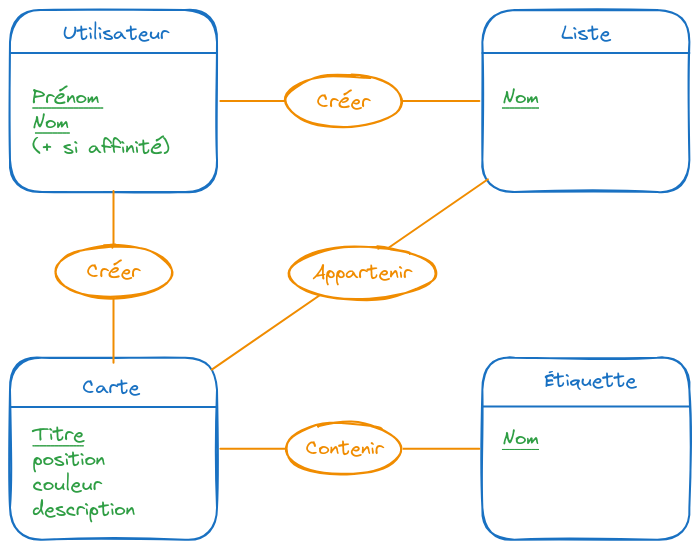
Above: MCD.excalidraw.png in yin-lo/Okanban-API (Excalidraw), before the change. Source tidied: one line per element, renumbered; positions are measured from the earlier drawing's top-left corner, leaving out a move shared by most shapes.
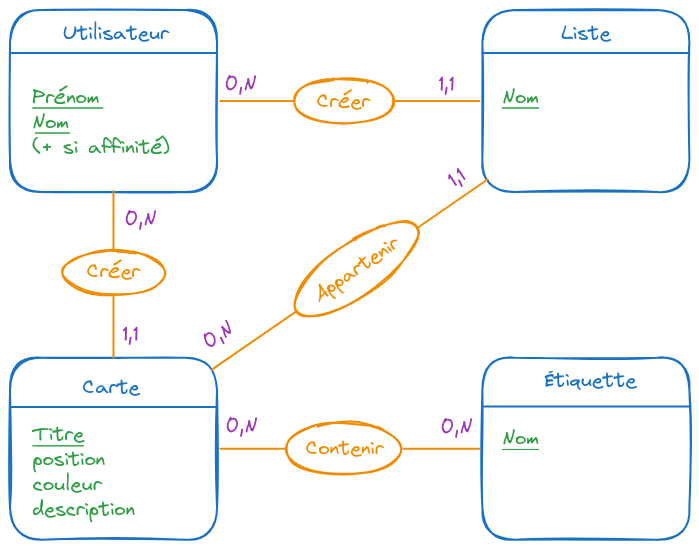
The same file after the commit.

Commit message:
chore: :beers: add cardinalities forgotten !

What changed in the source:
```diff
@@ -10,19 +10,19 @@
 {"id": 9, "type": "text", "text": "Nom", "strokeColor": "#2f9e44", "strokeWidth": 2, "roughness": 1, "fontSize": 20, "fontFamily": 1, "x": 492, "y": 75, "width": 37, "height": 25}
 {"id": 10, "type": "line", "strokeColor": "#2f9e44", "strokeWidth": 1, "roughness": 0, "round": true, "x": 529, "y": 98, "width": 36, "height": 0, "points": [[0, 0], [-36, 0]]}
 {"id": 11, "type": "line", "strokeColor": "#f08c00", "strokeWidth": 2, "roughness": 0, "round": true, "x": 210, "y": 91, "width": 259, "height": 0, "points": [[0, 0], [259, 0]]}
-{"id": 12, "type": "ellipse", "strokeColor": "#f08c00", "backgroundColor": "#ffffff", "fillStyle": "solid", "strokeWidth": 2, "roughness": 1, "round": true, "x": 275, "y": 65, "width": 116, "height": 52}
+{"id": 12, "type": "ellipse", "strokeColor": "#f08c00", "backgroundColor": "#ffffff", "fillStyle": "solid", "strokeWidth": 2, "roughness": 1, "round": true, "x": 283, "y": 69, "width": 100, "height": 45}
 {"id": 13, "type": "text", "text": "Créer", "strokeColor": "#f08c00", "backgroundColor": "#ffffff", "fillStyle": "solid", "strokeWidth": 2, "roughness": 1, "fontSize": 20, "fontFamily": 1, "x": 307, "y": 78, "width": 53, "height": 25}
 {"id": 14, "type": "rectangle", "strokeColor": "#1971c2", "strokeWidth": 2, "roughness": 1, "round": true, "x": 0, "y": 348, "width": 207, "height": 182}
 {"id": 15, "type": "line", "strokeColor": "#1971c2", "strokeWidth": 2, "roughness": 0, "round": true, "x": 0, "y": 397, "width": 207, "height": 0, "points": [[0, 0], [207, 0]]}
 {"id": 16, "type": "text", "text": "Carte", "strokeColor": "#1971c2", "strokeWidth": 2, "roughness": 1, "fontSize": 20, "fontFamily": 1, "textAlign": "center", "x": 73, "y": 365, "width": 57, "height": 25}
 {"id": 17, "type": "text", "text": "Titre\nposition\ncouleur\ndescription", "strokeColor": "#2f9e44", "strokeWidth": 2, "roughness": 1, "fontSize": 20, "fontFamily": 1, "x": 23, "y": 412, "width": 102, "height": 100}
 {"id": 18, "type": "line", "strokeColor": "#2f9e44", "strokeWidth": 1, "roughness": 0, "round": true, "x": 73, "y": 436, "width": 50, "height": 0, "points": [[0, 0], [-50, 0]]}
-{"id": 19, "type": "line", "strokeColor": "#f08c00", "strokeWidth": 2, "roughness": 0, "round": true, "x": 104, "y": 181, "width": 0, "height": 172, "points": [[0, 0], [0, 172]]}
+{"id": 19, "type": "line", "strokeColor": "#f08c00", "strokeWidth": 2, "roughness": 0, "round": true, "x": 104, "y": 181, "width": 0, "height": 167, "points": [[0, 0], [0, 167]]}
-{"id": 20, "type": "ellipse", "strokeColor": "#f08c00", "backgroundColor": "#ffffff", "fillStyle": "solid", "strokeWidth": 2, "roughness": 1, "round": true, "x": 46, "y": 236, "width": 116, "height": 52}
+{"id": 20, "type": "ellipse", "strokeColor": "#f08c00", "backgroundColor": "#ffffff", "fillStyle": "solid", "strokeWidth": 2, "roughness": 1, "round": true, "x": 53, "y": 241, "width": 102, "height": 44}
 {"id": 21, "type": "text", "text": "Créer", "strokeColor": "#f08c00", "backgroundColor": "#ffffff", "fillStyle": "solid", "strokeWidth": 2, "roughness": 1, "fontSize": 20, "fontFamily": 1, "x": 77, "y": 249, "width": 53, "height": 25}
 {"id": 22, "type": "line", "strokeColor": "#f08c00", "strokeWidth": 2, "roughness": 0, "round": true, "x": 478, "y": 169, "width": 276, "height": 190, "points": [[0, 0], [-276, 190]]}
-{"id": 23, "type": "ellipse", "strokeColor": "#f08c00", "backgroundColor": "#ffffff", "fillStyle": "solid", "strokeWidth": 2, "roughness": 1, "round": true, "x": 279, "y": 237, "width": 146, "height": 52}
+{"id": 23, "type": "ellipse", "strokeColor": "#f08c00", "angle": 5.68, "backgroundColor": "#ffffff", "fillStyle": "solid", "strokeWidth": 2, "roughness": 1, "round": true, "x": 273, "y": 233, "width": 146, "height": 52}
-{"id": 24, "type": "text", "text": "Appartenir", "strokeColor": "#f08c00", "backgroundColor": "#ffffff", "fillStyle": "solid", "strokeWidth": 2, "roughness": 1, "fontSize": 20, "fontFamily": 1, "x": 302, "y": 250, "width": 99, "height": 25}
+{"id": 24, "type": "text", "text": "Appartenir", "strokeColor": "#f08c00", "angle": 5.68, "backgroundColor": "#ffffff", "fillStyle": "solid", "strokeWidth": 2, "roughness": 1, "fontSize": 20, "fontFamily": 1, "x": 296, "y": 246, "width": 99, "height": 25}
 {"id": 25, "type": "rectangle", "strokeColor": "#1971c2", "strokeWidth": 2, "roughness": 1, "round": true, "x": 472, "y": 348, "width": 207, "height": 182}
 {"id": 26, "type": "line", "strokeColor": "#1971c2", "strokeWidth": 2, "roughness": 0, "round": true, "x": 472, "y": 396, "width": 207, "height": 0, "points": [[0, 0], [207, 0]]}
 {"id": 27, "type": "text", "text": "Étiquette", "strokeColor": "#1971c2", "strokeWidth": 2, "roughness": 1, "fontSize": 20, "fontFamily": 1, "textAlign": "center", "x": 535, "y": 358, "width": 92, "height": 25}
@@ -31,3 +31,11 @@
 {"id": 30, "type": "line", "strokeColor": "#f08c00", "strokeWidth": 2, "roughness": 0, "round": true, "x": 210, "y": 439, "width": 259, "height": 0, "points": [[0, 0], [259, 0]]}
 {"id": 31, "type": "ellipse", "strokeColor": "#f08c00", "backgroundColor": "#ffffff", "fillStyle": "solid", "strokeWidth": 2, "roughness": 1, "round": true, "x": 275, "y": 413, "width": 116, "height": 52}
 {"id": 32, "type": "text", "text": "Contenir", "strokeColor": "#f08c00", "backgroundColor": "#ffffff", "fillStyle": "solid", "strokeWidth": 2, "roughness": 1, "fontSize": 20, "fontFamily": 1, "x": 296, "y": 426, "width": 78, "height": 25}
+{"id": 33, "type": "text", "text": "0,N", "strokeColor": "#9c36b5", "strokeWidth": 2, "roughness": 1, "fontSize": 20, "fontFamily": 1, "x": 215, "y": 62, "width": 32, "height": 25}
+{"id": 34, "type": "text", "text": "1,1", "strokeColor": "#9c36b5", "strokeWidth": 2, "roughness": 1, "fontSize": 20, "fontFamily": 1, "x": 429, "y": 62, "width": 16, "height": 25}
+{"id": 35, "type": "text", "text": "0,N", "strokeColor": "#9c36b5", "strokeWidth": 2, "roughness": 1, "fontSize": 20, "fontFamily": 1, "x": 115, "y": 197, "width": 32, "height": 25}
+{"id": 36, "type": "text", "text": "1,1", "strokeColor": "#9c36b5", "strokeWidth": 2, "roughness": 1, "fontSize": 20, "fontFamily": 1, "x": 113, "y": 312, "width": 16, "height": 25}
+{"id": 37, "type": "text", "text": "0,N", "strokeColor": "#9c36b5", "angle": 5.67, "strokeWidth": 2, "roughness": 1, "fontSize": 20, "fontFamily": 1, "x": 193, "y": 313, "width": 32, "height": 25}
+{"id": 38, "type": "text", "text": "1,1", "strokeColor": "#9c36b5", "angle": 5.67, "strokeWidth": 2, "roughness": 1, "fontSize": 20, "fontFamily": 1, "x": 439, "y": 155, "width": 16, "height": 25}
+{"id": 39, "type": "text", "text": "0,N", "strokeColor": "#9c36b5", "strokeWidth": 2, "roughness": 1, "fontSize": 20, "fontFamily": 1, "x": 216, "y": 404, "width": 32, "height": 25}
+{"id": 40, "type": "text", "text": "0,N", "strokeColor": "#9c36b5", "strokeWidth": 2, "roughness": 1, "fontSize": 20, "fontFamily": 1, "x": 431, "y": 405, "width": 32, "height": 25}
```
